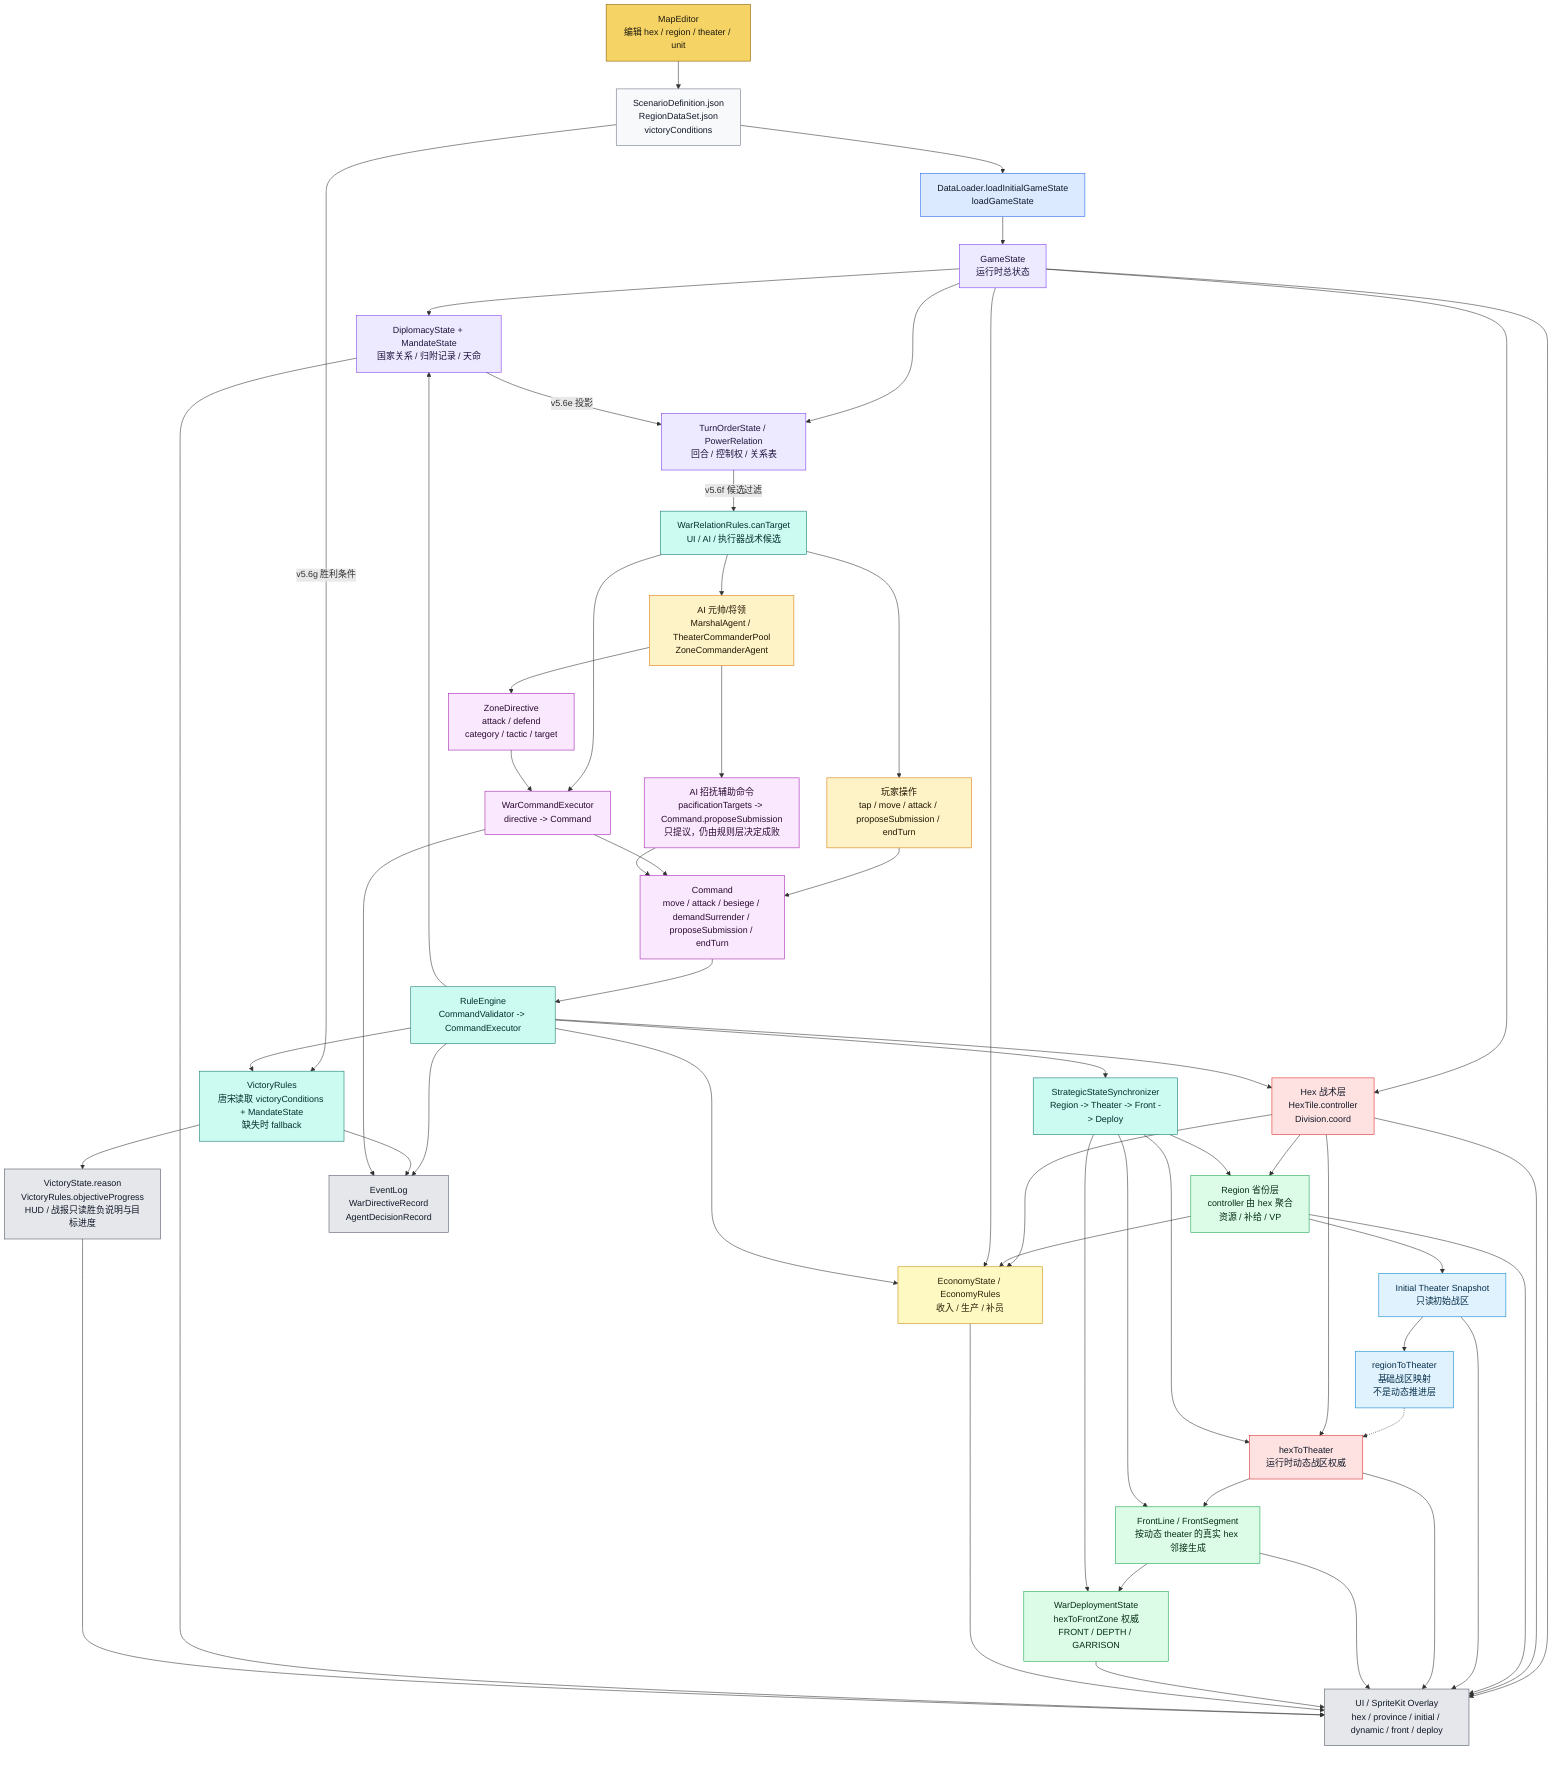
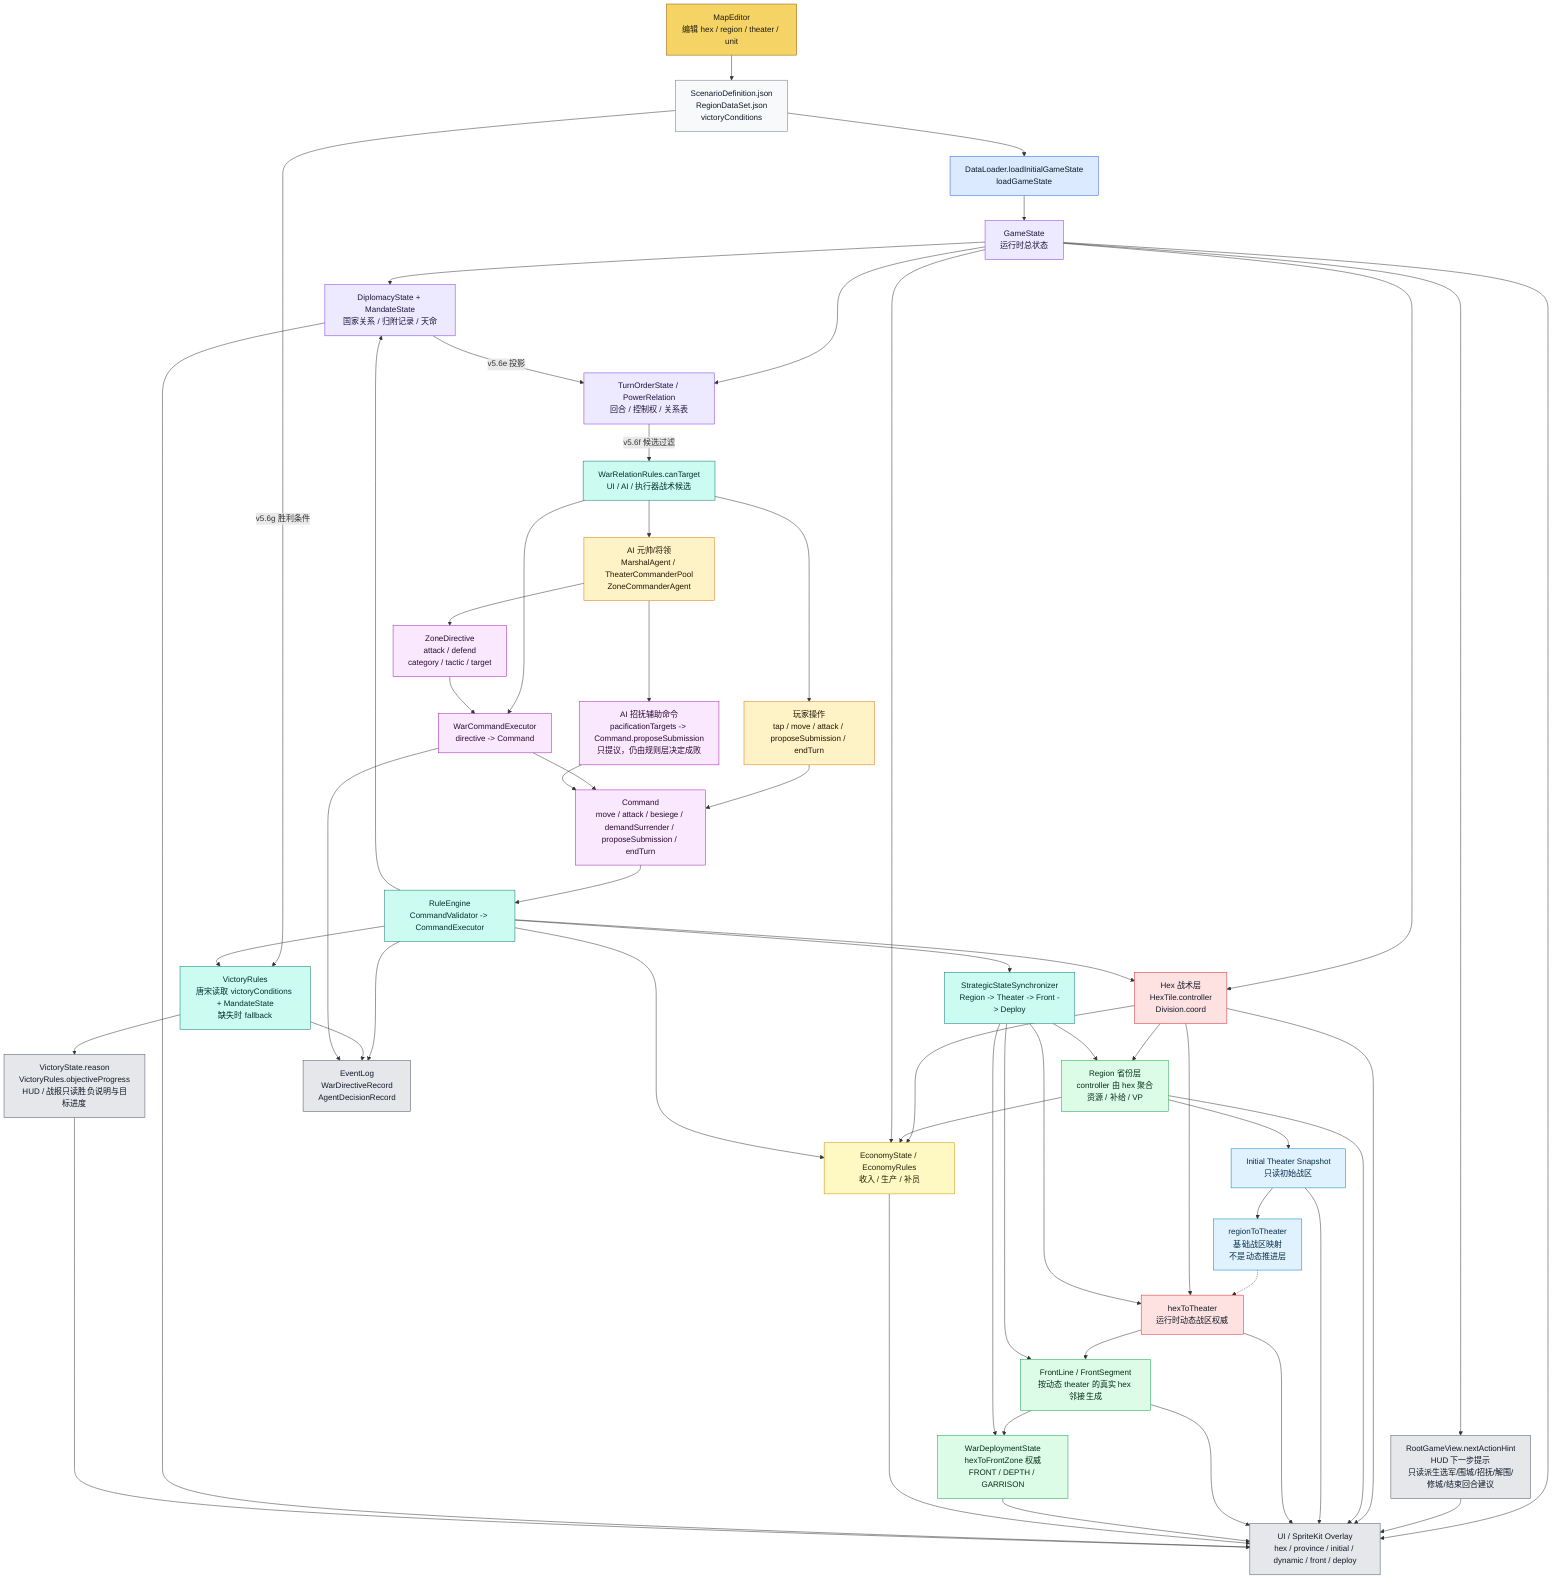
flowchart TD
    ME["MapEditor<br/>编辑 hex / region / theater / unit"]:::editor
    JSON["ScenarioDefinition.json<br/>RegionDataSet.json<br/>victoryConditions"]:::data
    DL["DataLoader.loadInitialGameState<br/>loadGameState"]:::loader
    GS["GameState<br/>运行时总状态"]:::state

    HEX["Hex 战术层<br/>HexTile.controller<br/>Division.coord"]:::authority
    REGION["Region 省份层<br/>controller 由 hex 聚合<br/>资源 / 补给 / VP"]:::derived
    INIT["Initial Theater Snapshot<br/>只读初始战区"]:::snapshot
    R2T["regionToTheater<br/>基础战区映射<br/>不是动态推进层"]:::snapshot
    H2T["hexToTheater<br/>运行时动态战区权威"]:::authority
    FRONT["FrontLine / FrontSegment<br/>按动态 theater 的真实 hex 邻接生成"]:::derived
    DEPLOY["WarDeploymentState<br/>hexToFrontZone 权威<br/>FRONT / DEPTH / GARRISON"]:::derived
    ECO["EconomyState / EconomyRules<br/>收入 / 生产 / 补员"]:::economy
    DIP["DiplomacyState + MandateState<br/>国家关系 / 归附记录 / 天命"]:::state
    TURN["TurnOrderState / PowerRelation<br/>回合 / 控制权 / 关系表"]:::state
    RELCAND["WarRelationRules.canTarget<br/>UI / AI / 执行器战术候选"]:::rules
    VICT["VictoryRules<br/>唐宋读取 victoryConditions + MandateState<br/>缺失时 fallback"]:::rules
    VICTEXT["VictoryState.reason<br/>VictoryRules.objectiveProgress<br/>HUD / 战报只读胜负说明与目标进度"]:::ui
+     HINT["RootGameView.nextActionHint<br/>HUD 下一步提示<br/>只读派生选军/围城/招抚/解围/修城/结束回合建议"]:::ui

    PLAYER["玩家操作<br/>tap / move / attack / proposeSubmission / endTurn"]:::input
    AI["AI 元帅/将领<br/>MarshalAgent / TheaterCommanderPool<br/>ZoneCommanderAgent"]:::input
    AIPAC["AI 招抚辅助命令<br/>pacificationTargets -> Command.proposeSubmission<br/>只提议，仍由规则层决定成败"]:::command
    ZD["ZoneDirective<br/>attack / defend<br/>category / tactic / target"]:::command
    WCE["WarCommandExecutor<br/>directive -> Command"]:::command
    CMD["Command<br/>move / attack / besiege / demandSurrender / proposeSubmission / endTurn"]:::command
    RE["RuleEngine<br/>CommandValidator -> CommandExecutor"]:::rules
    SYNC["StrategicStateSynchronizer<br/>Region -> Theater -> Front -> Deploy"]:::rules

    UI["UI / SpriteKit Overlay<br/>hex / province / initial / dynamic / front / deploy"]:::ui
    LOG["EventLog<br/>WarDirectiveRecord<br/>AgentDecisionRecord"]:::ui

    ME --> JSON --> DL --> GS
    GS --> HEX
    HEX --> REGION
    HEX --> ECO
    REGION --> ECO
    REGION --> INIT
    INIT --> R2T
    R2T -.-> H2T
    HEX --> H2T
    H2T --> FRONT --> DEPLOY
    GS --> ECO
    GS --> DIP
    GS --> TURN
    DIP -->|v5.6e 投影| TURN
    TURN -->|v5.6f 候选过滤| RELCAND
    JSON -->|v5.6g 胜利条件| VICT

    PLAYER --> CMD
    RELCAND --> PLAYER
    RELCAND --> AI
    RELCAND --> WCE
    AI --> ZD --> WCE --> CMD
    AI --> AIPAC --> CMD
    CMD --> RE --> HEX
    RE --> ECO
    RE --> DIP
    RE --> VICT
    RE --> SYNC
    SYNC --> REGION
    SYNC --> H2T
    SYNC --> FRONT
    SYNC --> DEPLOY

    GS --> UI
+     GS --> HINT --> UI
    HEX --> UI
    REGION --> UI
    INIT --> UI
    H2T --> UI
    FRONT --> UI
    DEPLOY --> UI
    ECO --> UI
    DIP --> UI
    VICT --> VICTEXT --> UI
    RE --> LOG
    VICT --> LOG
    WCE --> LOG

    classDef editor fill:#f6d365,stroke:#8a5a00,color:#1f1b10
    classDef data fill:#f8f9fb,stroke:#6b7280,color:#111827
    classDef loader fill:#dbeafe,stroke:#2563eb,color:#0f172a
    classDef state fill:#ede9fe,stroke:#7c3aed,color:#1f143d
    classDef authority fill:#fee2e2,stroke:#dc2626,color:#111827
    classDef derived fill:#dcfce7,stroke:#16a34a,color:#052e16
    classDef snapshot fill:#e0f2fe,stroke:#0284c7,color:#082f49
    classDef input fill:#fef3c7,stroke:#d97706,color:#1f1600
    classDef economy fill:#fef9c3,stroke:#ca8a04,color:#292107
    classDef command fill:#fae8ff,stroke:#a21caf,color:#2a0a2f
    classDef rules fill:#ccfbf1,stroke:#0f766e,color:#042f2e
    classDef ui fill:#e5e7eb,stroke:#4b5563,color:#111827
